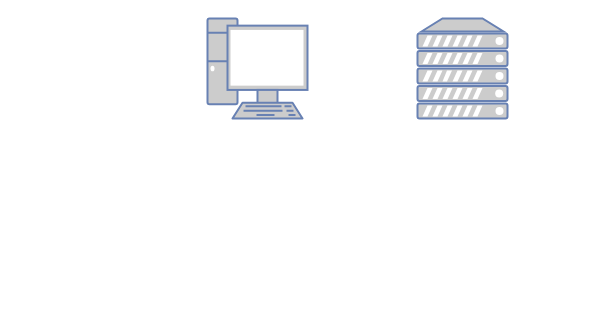
Above: Untitled Diagram.drawio in vigneshsweekaran/drawio (draw.io), before the change. Source tidied: cells renumbered, new cells numbered last; positions are measured from the earlier drawing's top-left corner, leaving out a move shared by most shapes. Both pictures are drawn from the tidied source at 100%, with x=0, y=0 at pixel (207, 18).
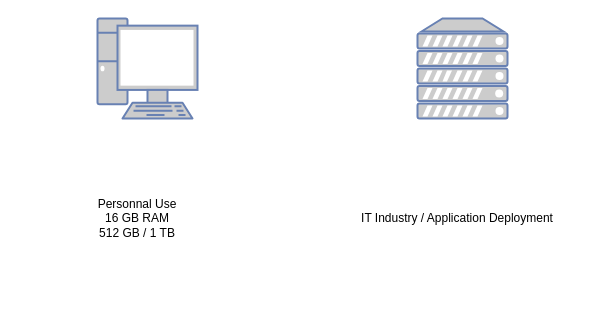
After the change.

Change to the diagram source:
```diff
@@
 <mxGraphModel>
   <root>
     <mxCell id="0" />
     <mxCell id="1" parent="0" />
     <mxCell id="2" style="fontColor=#0066CC;verticalAlign=top;verticalLabelPosition=bottom;labelPosition=center;align=center;html=1;fillColor=#CCCCCC;strokeColor=#6881B3;gradientColor=none;gradientDirection=north;strokeWidth=2;shape=mxgraph.networks.pc;" parent="1" vertex="1">
-      <mxGeometry width="100" height="100" as="geometry" />
+      <mxGeometry x="-110" width="100" height="100" as="geometry" />
     </mxCell>
     <mxCell id="3" style="fontColor=#0066CC;verticalAlign=top;verticalLabelPosition=bottom;labelPosition=center;align=center;html=1;fillColor=#CCCCCC;strokeColor=#6881B3;gradientColor=none;gradientDirection=north;strokeWidth=2;shape=mxgraph.networks.server;" parent="1" vertex="1">
       <mxGeometry x="210" width="90" height="100" as="geometry" />
     </mxCell>
+    <mxCell id="4" value="Personnal Use&lt;br&gt;16 GB RAM&lt;br&gt;512 GB / 1 TB&lt;br&gt;" style="text;html=1;strokeColor=none;fillColor=none;align=center;verticalAlign=middle;whiteSpace=wrap;rounded=0;" parent="1" vertex="1">
+      <mxGeometry x="-190" y="100" width="240" height="200" as="geometry" />
+    </mxCell>
+    <mxCell id="5" value="IT Industry / Application Deployment&lt;br&gt;" style="text;html=1;strokeColor=none;fillColor=none;align=center;verticalAlign=middle;whiteSpace=wrap;rounded=0;" parent="1" vertex="1">
+      <mxGeometry x="130" y="100" width="240" height="200" as="geometry" />
+    </mxCell>
   </root>
 </mxGraphModel>
```
